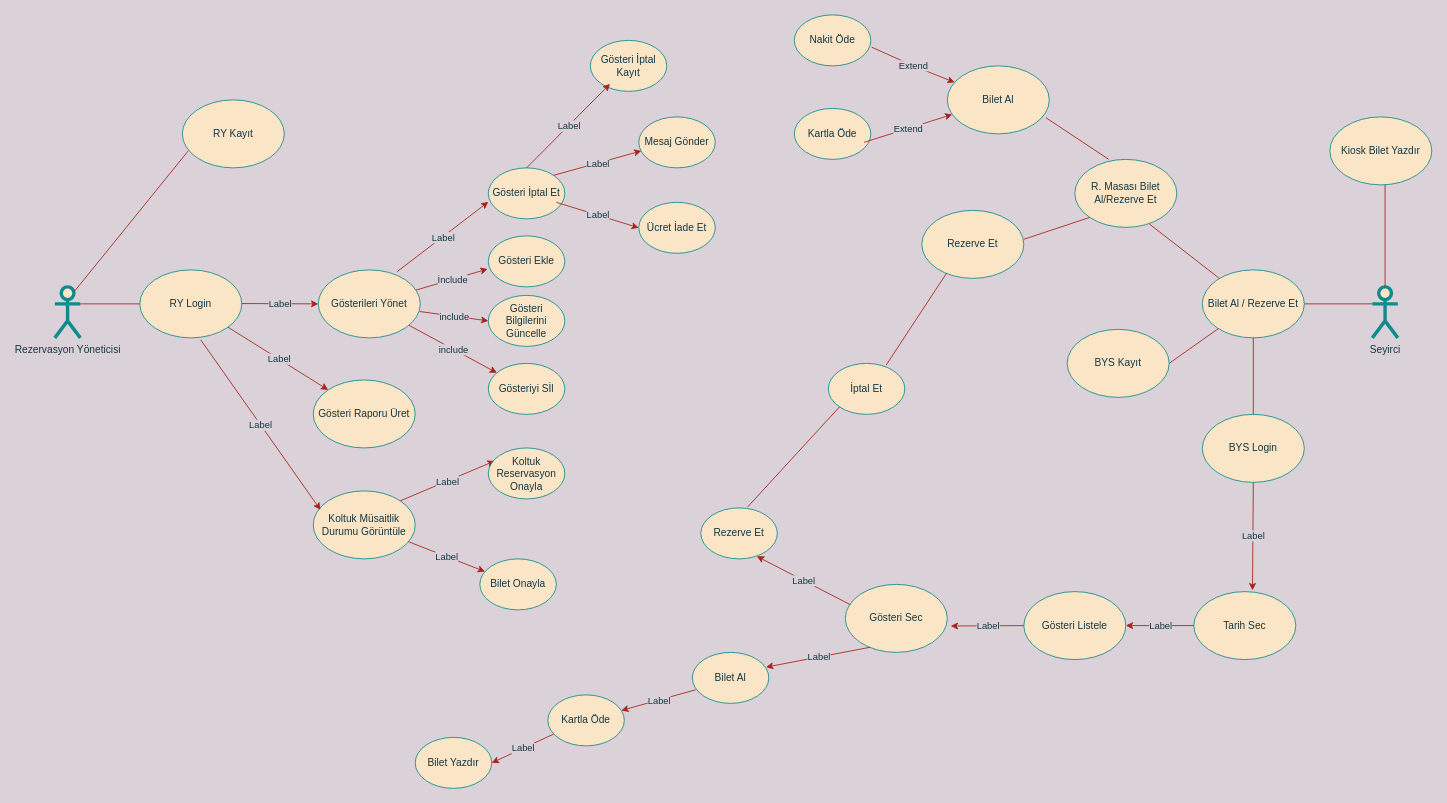
hhasanguclu/use_case_diagram keeps this draw.io diagram as TBS USE_CASE_DIAGRAM.drawio. Above is the earlier version. Source tidied: cells renumbered, new cells numbered last; positions are measured from the earlier drawing's top-left corner, leaving out a move shared by most shapes. Both pictures are drawn from the tidied source at 85%, with x=0, y=0 at pixel (54, 14).
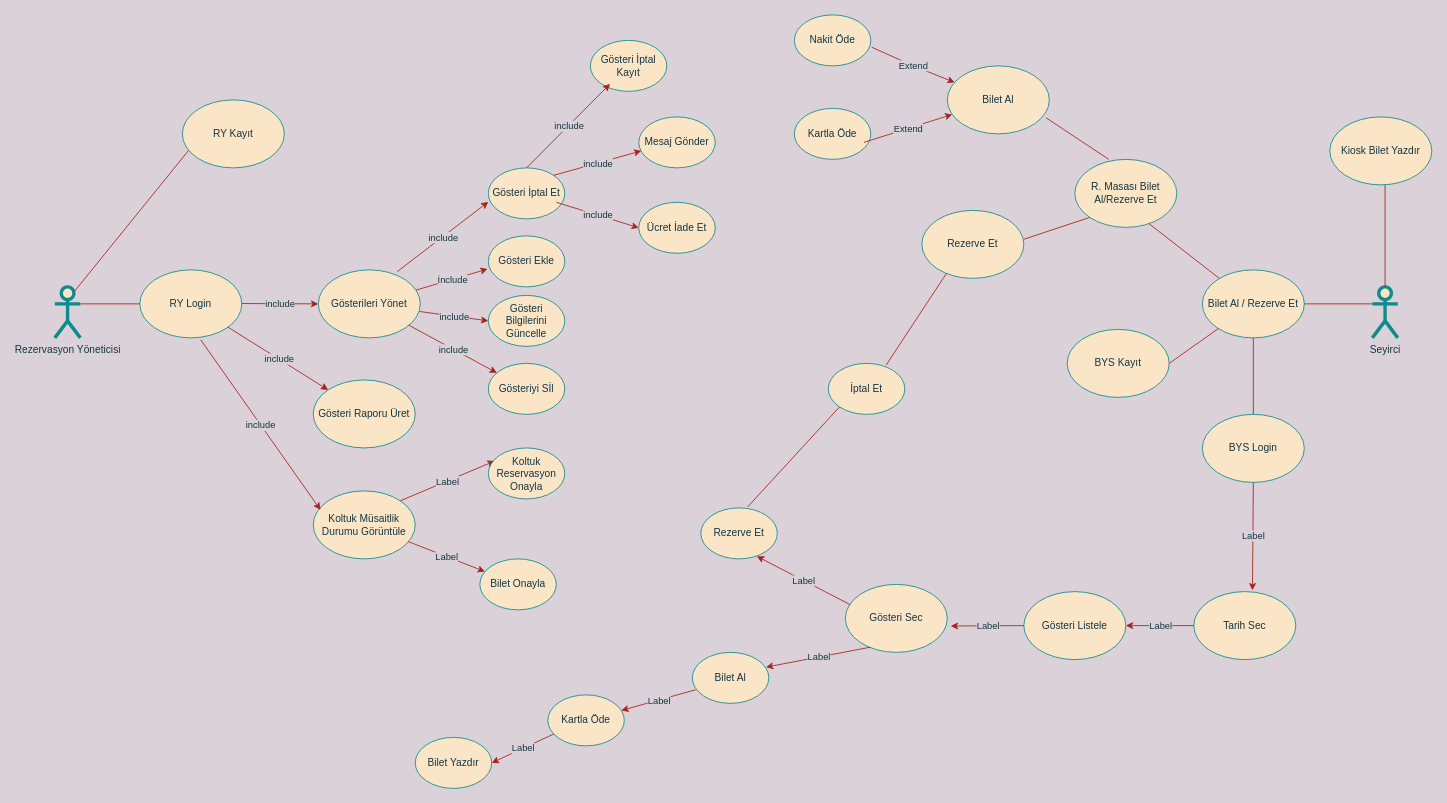
After the change.

Unchanged cells that the change refers to:
```xml
<mxCell id="26" style="endArrow=classic;html=1;entryX=0;entryY=0.5;entryDx=0;entryDy=0;labelBackgroundColor=#DAD2D8;strokeColor=#A8201A;fontColor=#143642;" parent="1" edge="1" target="6">
  <mxGeometry relative="1" as="geometry">
    <mxPoint x="220" y="339.6" as="sourcePoint" />
  </mxGeometry>
</mxCell>
<mxCell id="28" style="endArrow=classic;html=1;entryX=0;entryY=0;entryDx=0;entryDy=0;labelBackgroundColor=#DAD2D8;strokeColor=#A8201A;fontColor=#143642;" parent="1" edge="1" source="4" target="10">
  <mxGeometry relative="1" as="geometry" />
</mxCell>
<mxCell id="30" style="endArrow=classic;html=1;exitX=0.597;exitY=1.029;exitDx=0;exitDy=0;exitPerimeter=0;entryX=0.071;entryY=0.279;entryDx=0;entryDy=0;entryPerimeter=0;labelBackgroundColor=#DAD2D8;strokeColor=#A8201A;fontColor=#143642;" parent="1" edge="1" source="4" target="11">
  <mxGeometry relative="1" as="geometry" />
</mxCell>
<mxCell id="48" style="endArrow=classic;html=1;exitX=0.774;exitY=0.025;exitDx=0;exitDy=0;exitPerimeter=0;labelBackgroundColor=#DAD2D8;strokeColor=#A8201A;fontColor=#143642;" parent="1" edge="1" source="6">
  <mxGeometry relative="1" as="geometry">
    <mxPoint x="510" y="220" as="targetPoint" />
  </mxGeometry>
</mxCell>
<mxCell id="50" style="endArrow=classic;html=1;entryX=0;entryY=0.5;entryDx=0;entryDy=0;labelBackgroundColor=#DAD2D8;strokeColor=#A8201A;fontColor=#143642;" parent="1" edge="1" target="46">
  <mxGeometry relative="1" as="geometry">
    <mxPoint x="590" y="220.5" as="sourcePoint" />
  </mxGeometry>
</mxCell>
<mxCell id="52" style="endArrow=classic;html=1;exitX=1;exitY=0;exitDx=0;exitDy=0;labelBackgroundColor=#DAD2D8;strokeColor=#A8201A;fontColor=#143642;" parent="1" edge="1" source="47">
  <mxGeometry relative="1" as="geometry">
    <mxPoint x="690" y="160" as="targetPoint" />
  </mxGeometry>
</mxCell>
<mxCell id="86" style="endArrow=classic;html=1;exitX=0.5;exitY=0;exitDx=0;exitDy=0;labelBackgroundColor=#DAD2D8;strokeColor=#A8201A;fontColor=#143642;" parent="1" edge="1" source="47">
  <mxGeometry relative="1" as="geometry">
    <mxPoint x="653.2" y="81.2" as="targetPoint" />
  </mxGeometry>
</mxCell>
```

The edit, as a diff of the source:
```diff
@@
-    <mxCell id="27" value="Label" style="edgeLabel;html=1;align=center;verticalAlign=middle;labelBackgroundColor=#DAD2D8;fontColor=#143642;" parent="26" vertex="1">
+    <mxCell id="27" value="include" style="edgeLabel;html=1;align=center;verticalAlign=middle;labelBackgroundColor=#DAD2D8;fontColor=#143642;" parent="26" vertex="1">
       <mxGeometry relative="1" as="geometry" />
     </mxCell>
@@
-    <mxCell id="29" value="Label" style="edgeLabel;html=1;align=center;verticalAlign=middle;labelBackgroundColor=#DAD2D8;fontColor=#143642;" parent="28" vertex="1">
+    <mxCell id="29" value="include" style="edgeLabel;html=1;align=center;verticalAlign=middle;labelBackgroundColor=#DAD2D8;fontColor=#143642;" parent="28" vertex="1">
       <mxGeometry relative="1" as="geometry" />
     </mxCell>
@@
-    <mxCell id="31" value="Label" style="edgeLabel;html=1;align=center;verticalAlign=middle;labelBackgroundColor=#DAD2D8;fontColor=#143642;" parent="30" vertex="1">
+    <mxCell id="31" value="include" style="edgeLabel;html=1;align=center;verticalAlign=middle;labelBackgroundColor=#DAD2D8;fontColor=#143642;" parent="30" vertex="1">
       <mxGeometry relative="1" as="geometry" />
     </mxCell>
@@
-    <mxCell id="49" value="Label" style="edgeLabel;html=1;align=center;verticalAlign=middle;labelBackgroundColor=#DAD2D8;fontColor=#143642;" parent="48" vertex="1">
+    <mxCell id="49" value="include" style="edgeLabel;html=1;align=center;verticalAlign=middle;labelBackgroundColor=#DAD2D8;fontColor=#143642;" parent="48" vertex="1">
       <mxGeometry relative="1" as="geometry" />
     </mxCell>
@@
-    <mxCell id="51" value="Label" style="edgeLabel;html=1;align=center;verticalAlign=middle;labelBackgroundColor=#DAD2D8;fontColor=#143642;" parent="50" vertex="1">
+    <mxCell id="51" value="include" style="edgeLabel;html=1;align=center;verticalAlign=middle;labelBackgroundColor=#DAD2D8;fontColor=#143642;" parent="50" vertex="1">
       <mxGeometry relative="1" as="geometry" />
     </mxCell>
@@
-    <mxCell id="53" value="Label" style="edgeLabel;html=1;align=center;verticalAlign=middle;labelBackgroundColor=#DAD2D8;fontColor=#143642;" parent="52" vertex="1">
+    <mxCell id="53" value="include" style="edgeLabel;html=1;align=center;verticalAlign=middle;labelBackgroundColor=#DAD2D8;fontColor=#143642;" parent="52" vertex="1">
       <mxGeometry relative="1" as="geometry" />
     </mxCell>
@@
-    <mxCell id="87" value="Label" style="edgeLabel;html=1;align=center;verticalAlign=middle;labelBackgroundColor=#DAD2D8;fontColor=#143642;" parent="86" vertex="1">
+    <mxCell id="87" value="include" style="edgeLabel;html=1;align=center;verticalAlign=middle;labelBackgroundColor=#DAD2D8;fontColor=#143642;" parent="86" vertex="1">
       <mxGeometry relative="1" as="geometry" />
     </mxCell>
```
